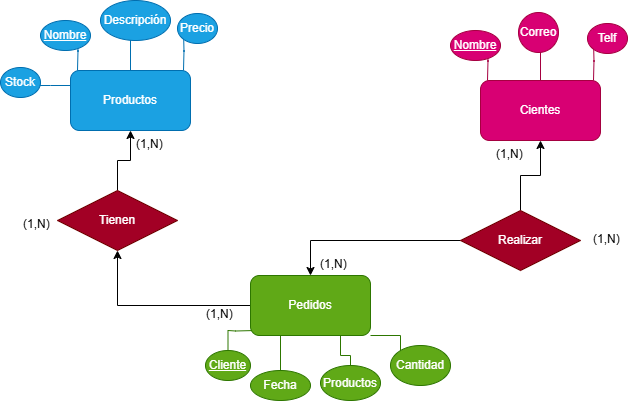
Dorianaadc/Bootcamp keeps this draw.io diagram as diseño/sheet01/ex02/Ejer02.drawio.png. Above is the earlier version. Source tidied: cells renumbered, new cells last; positions are measured from the earlier drawing's top-left corner, leaving out a move shared by most shapes.
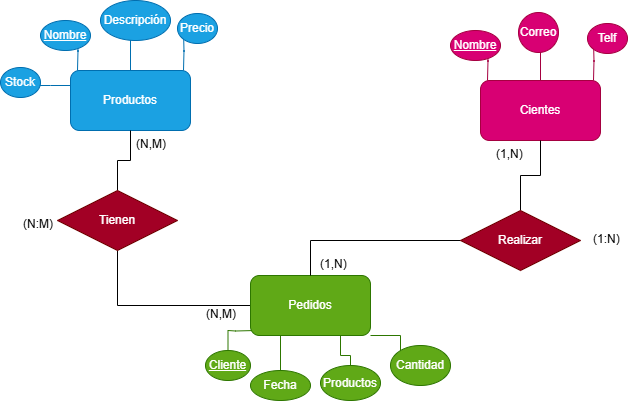
After the change.

Change to the diagram source:
```diff
@@ -45,7 +45,7 @@
         <mxPoint x="400" y="360" as="targetPoint" />
       </mxGeometry>
     </mxCell>
-    <mxCell id="11" style="edgeStyle=orthogonalEdgeStyle;rounded=0;jettySize=auto;html=1;entryX=0.5;entryY=1;entryDx=0;entryDy=0;" parent="1" edge="1" source="12" target="32">
+    <mxCell id="11" style="edgeStyle=orthogonalEdgeStyle;rounded=0;jettySize=auto;html=1;entryX=0.5;entryY=1;entryDx=0;entryDy=0;endArrow=none;startFill=0;" parent="1" edge="1" source="12" target="32">
       <mxGeometry relative="1" as="geometry" />
     </mxCell>
     <mxCell id="12" value="Pedidos" style="rounded=1;whiteSpace=wrap;html=1;fillColor=#60a917;fontColor=#ffffff;strokeColor=#2D7600;" parent="1" vertex="1">
@@ -104,16 +104,16 @@
     <mxCell id="27" value="Cantidad" style="ellipse;whiteSpace=wrap;html=1;align=center;fillColor=#60a917;fontColor=#ffffff;strokeColor=#2D7600;" parent="1" vertex="1">
       <mxGeometry x="390" y="345" width="60" height="40" as="geometry" />
     </mxCell>
-    <mxCell id="28" style="edgeStyle=orthogonalEdgeStyle;rounded=0;jettySize=auto;html=1;" parent="1" edge="1" source="30" target="12">
+    <mxCell id="28" style="edgeStyle=orthogonalEdgeStyle;rounded=0;jettySize=auto;html=1;endArrow=none;startFill=0;" parent="1" edge="1" source="30" target="12">
       <mxGeometry relative="1" as="geometry" />
     </mxCell>
-    <mxCell id="29" style="edgeStyle=orthogonalEdgeStyle;rounded=0;jettySize=auto;html=1;" parent="1" edge="1" source="30" target="20">
+    <mxCell id="29" style="edgeStyle=orthogonalEdgeStyle;rounded=0;jettySize=auto;html=1;endArrow=none;startFill=0;" parent="1" edge="1" source="30" target="20">
       <mxGeometry relative="1" as="geometry" />
     </mxCell>
     <mxCell id="30" value="Realizar" style="shape=rhombus;perimeter=rhombusPerimeter;whiteSpace=wrap;html=1;align=center;fillColor=#a20025;fontColor=#ffffff;strokeColor=#6F0000;" parent="1" vertex="1">
       <mxGeometry x="460" y="210" width="120" height="60" as="geometry" />
     </mxCell>
-    <mxCell id="31" style="edgeStyle=orthogonalEdgeStyle;rounded=0;jettySize=auto;html=1;" parent="1" edge="1" source="32" target="6">
+    <mxCell id="31" style="edgeStyle=orthogonalEdgeStyle;rounded=0;jettySize=auto;html=1;endArrow=none;startFill=0;" parent="1" edge="1" source="32" target="6">
       <mxGeometry relative="1" as="geometry" />
     </mxCell>
     <mxCell id="32" value="Tienen" style="shape=rhombus;perimeter=rhombusPerimeter;whiteSpace=wrap;html=1;align=center;fillColor=#a20025;fontColor=#ffffff;strokeColor=#6F0000;" parent="1" vertex="1">
@@ -122,19 +122,19 @@
     <mxCell id="33" value="(1,N)" style="text;strokeColor=none;fillColor=none;spacingLeft=4;spacingRight=4;overflow=hidden;fontSize=12;whiteSpace=wrap;html=1;" parent="1" vertex="1">
       <mxGeometry x="490" y="140" width="40" height="30" as="geometry" />
     </mxCell>
-    <mxCell id="34" value="(1,N)" style="text;strokeColor=none;fillColor=none;spacingLeft=4;spacingRight=4;overflow=hidden;fontSize=12;whiteSpace=wrap;html=1;" parent="1" vertex="1">
+    <mxCell id="34" value="(1:N)" style="text;strokeColor=none;fillColor=none;spacingLeft=4;spacingRight=4;overflow=hidden;fontSize=12;whiteSpace=wrap;html=1;" parent="1" vertex="1">
       <mxGeometry x="587" y="225" width="40" height="30" as="geometry" />
     </mxCell>
     <mxCell id="35" value="(1,N)" style="text;strokeColor=none;fillColor=none;spacingLeft=4;spacingRight=4;overflow=hidden;fontSize=12;whiteSpace=wrap;html=1;" parent="1" vertex="1">
       <mxGeometry x="314" y="250" width="40" height="30" as="geometry" />
     </mxCell>
-    <mxCell id="36" value="(1,N)" style="text;strokeColor=none;fillColor=none;spacingLeft=4;spacingRight=4;overflow=hidden;fontSize=12;whiteSpace=wrap;html=1;" parent="1" vertex="1">
+    <mxCell id="36" value="(N:M)" style="text;strokeColor=none;fillColor=none;spacingLeft=4;spacingRight=4;overflow=hidden;fontSize=12;whiteSpace=wrap;html=1;" parent="1" vertex="1">
       <mxGeometry x="17" y="210" width="40" height="30" as="geometry" />
     </mxCell>
-    <mxCell id="37" value="(1,N)" style="text;strokeColor=none;fillColor=none;spacingLeft=4;spacingRight=4;overflow=hidden;fontSize=12;whiteSpace=wrap;html=1;" parent="1" vertex="1">
+    <mxCell id="37" value="(N,M)" style="text;strokeColor=none;fillColor=none;spacingLeft=4;spacingRight=4;overflow=hidden;fontSize=12;whiteSpace=wrap;html=1;" parent="1" vertex="1">
       <mxGeometry x="130" y="130" width="40" height="30" as="geometry" />
     </mxCell>
-    <mxCell id="38" value="(1,N)" style="text;strokeColor=none;fillColor=none;spacingLeft=4;spacingRight=4;overflow=hidden;fontSize=12;whiteSpace=wrap;html=1;" parent="1" vertex="1">
+    <mxCell id="38" value="(N,M)" style="text;strokeColor=none;fillColor=none;spacingLeft=4;spacingRight=4;overflow=hidden;fontSize=12;whiteSpace=wrap;html=1;" parent="1" vertex="1">
       <mxGeometry x="200" y="300" width="40" height="30" as="geometry" />
     </mxCell>
   </root>
```
